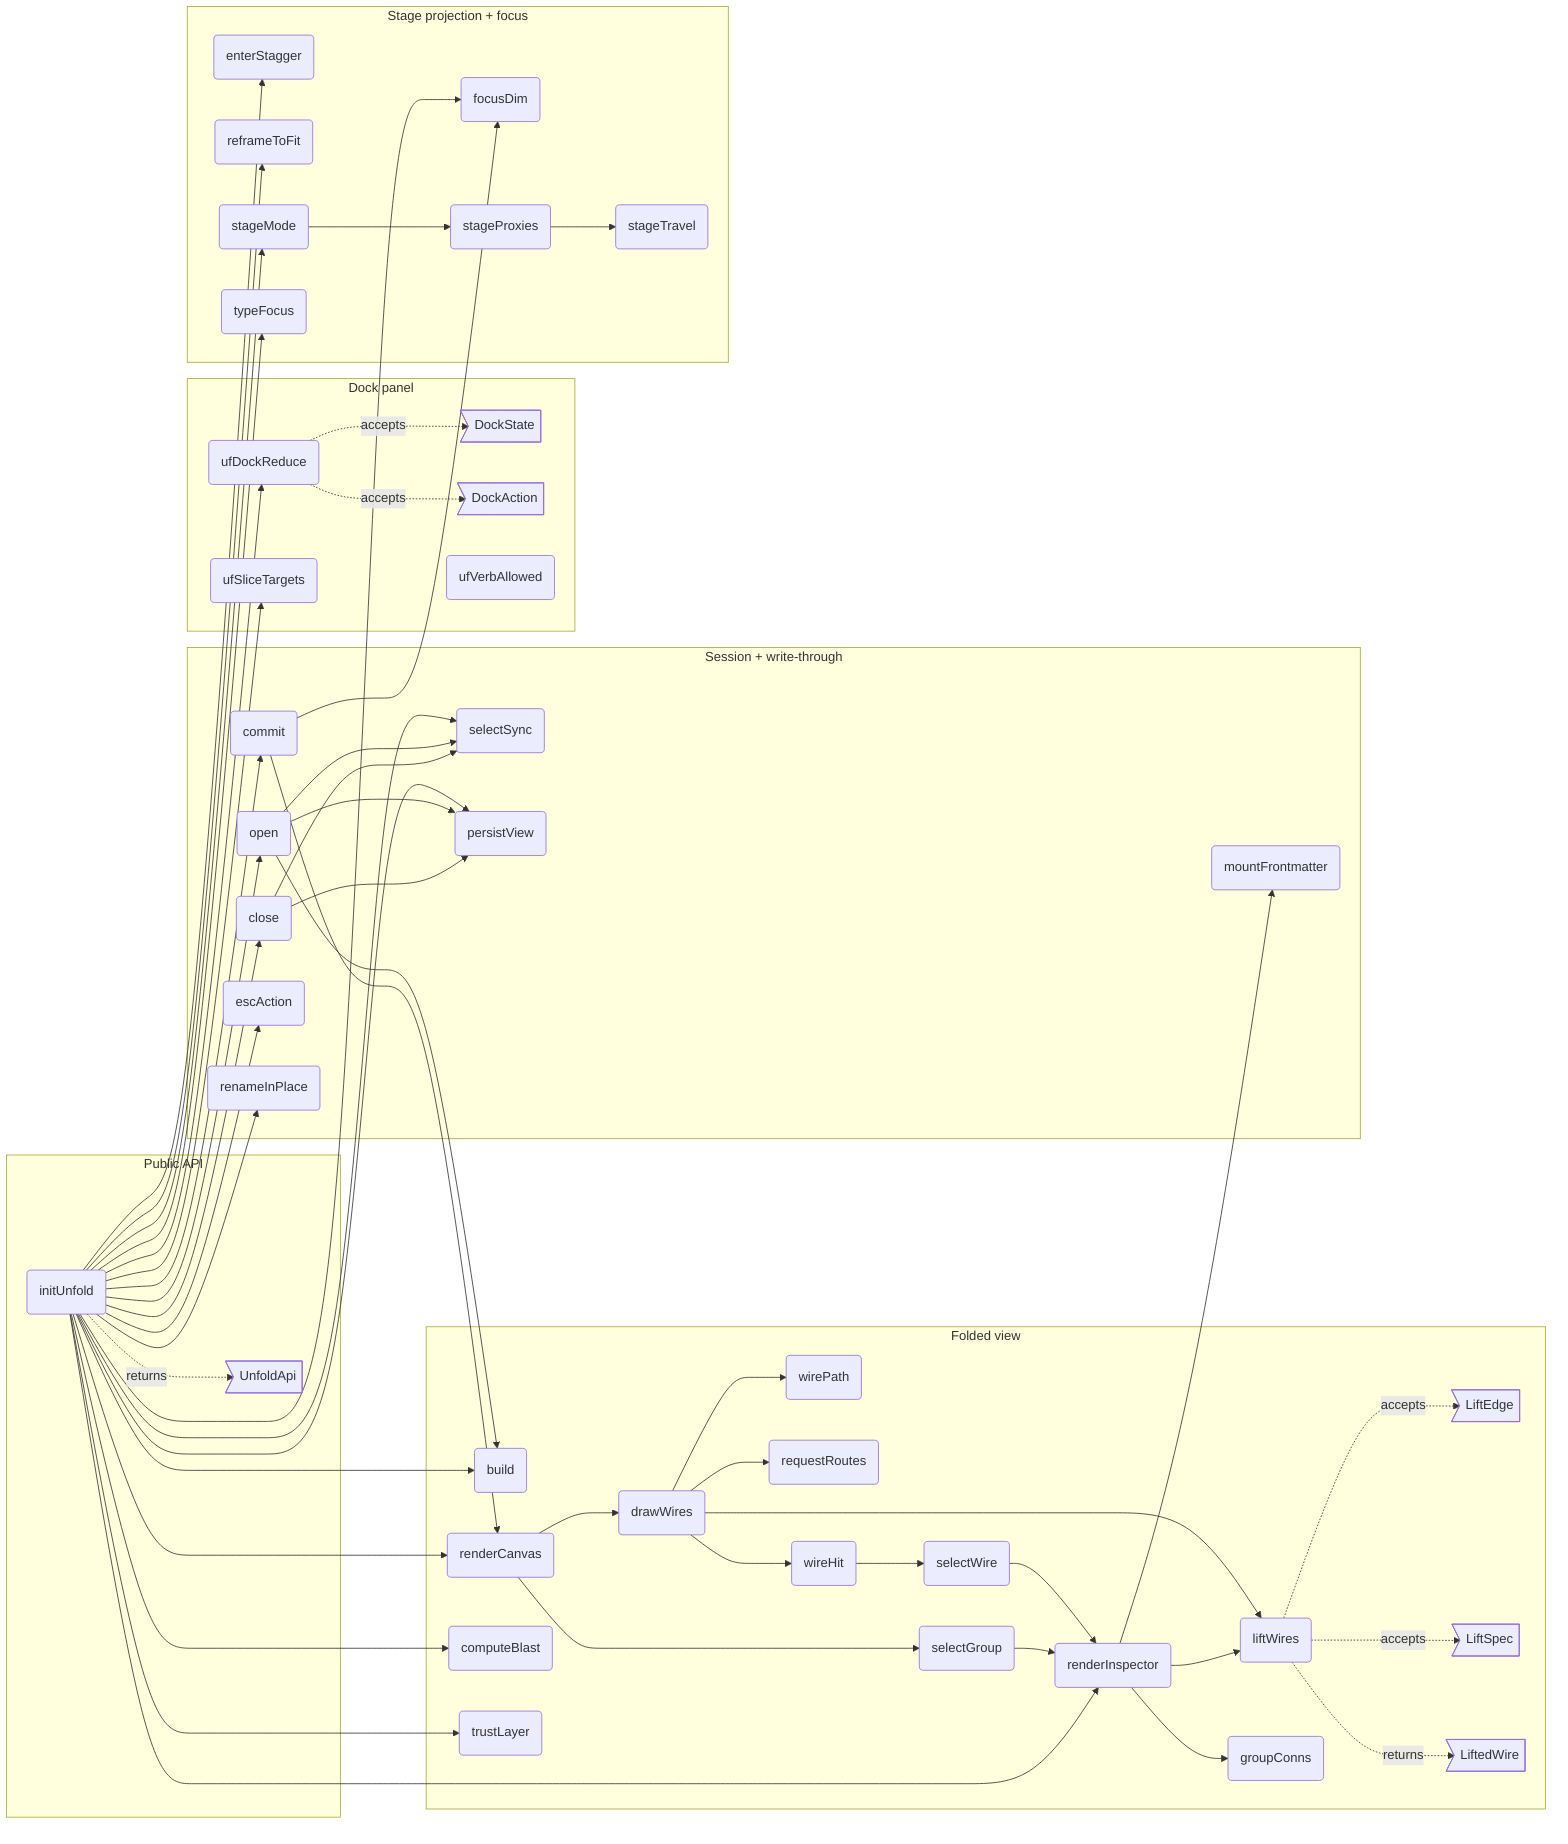
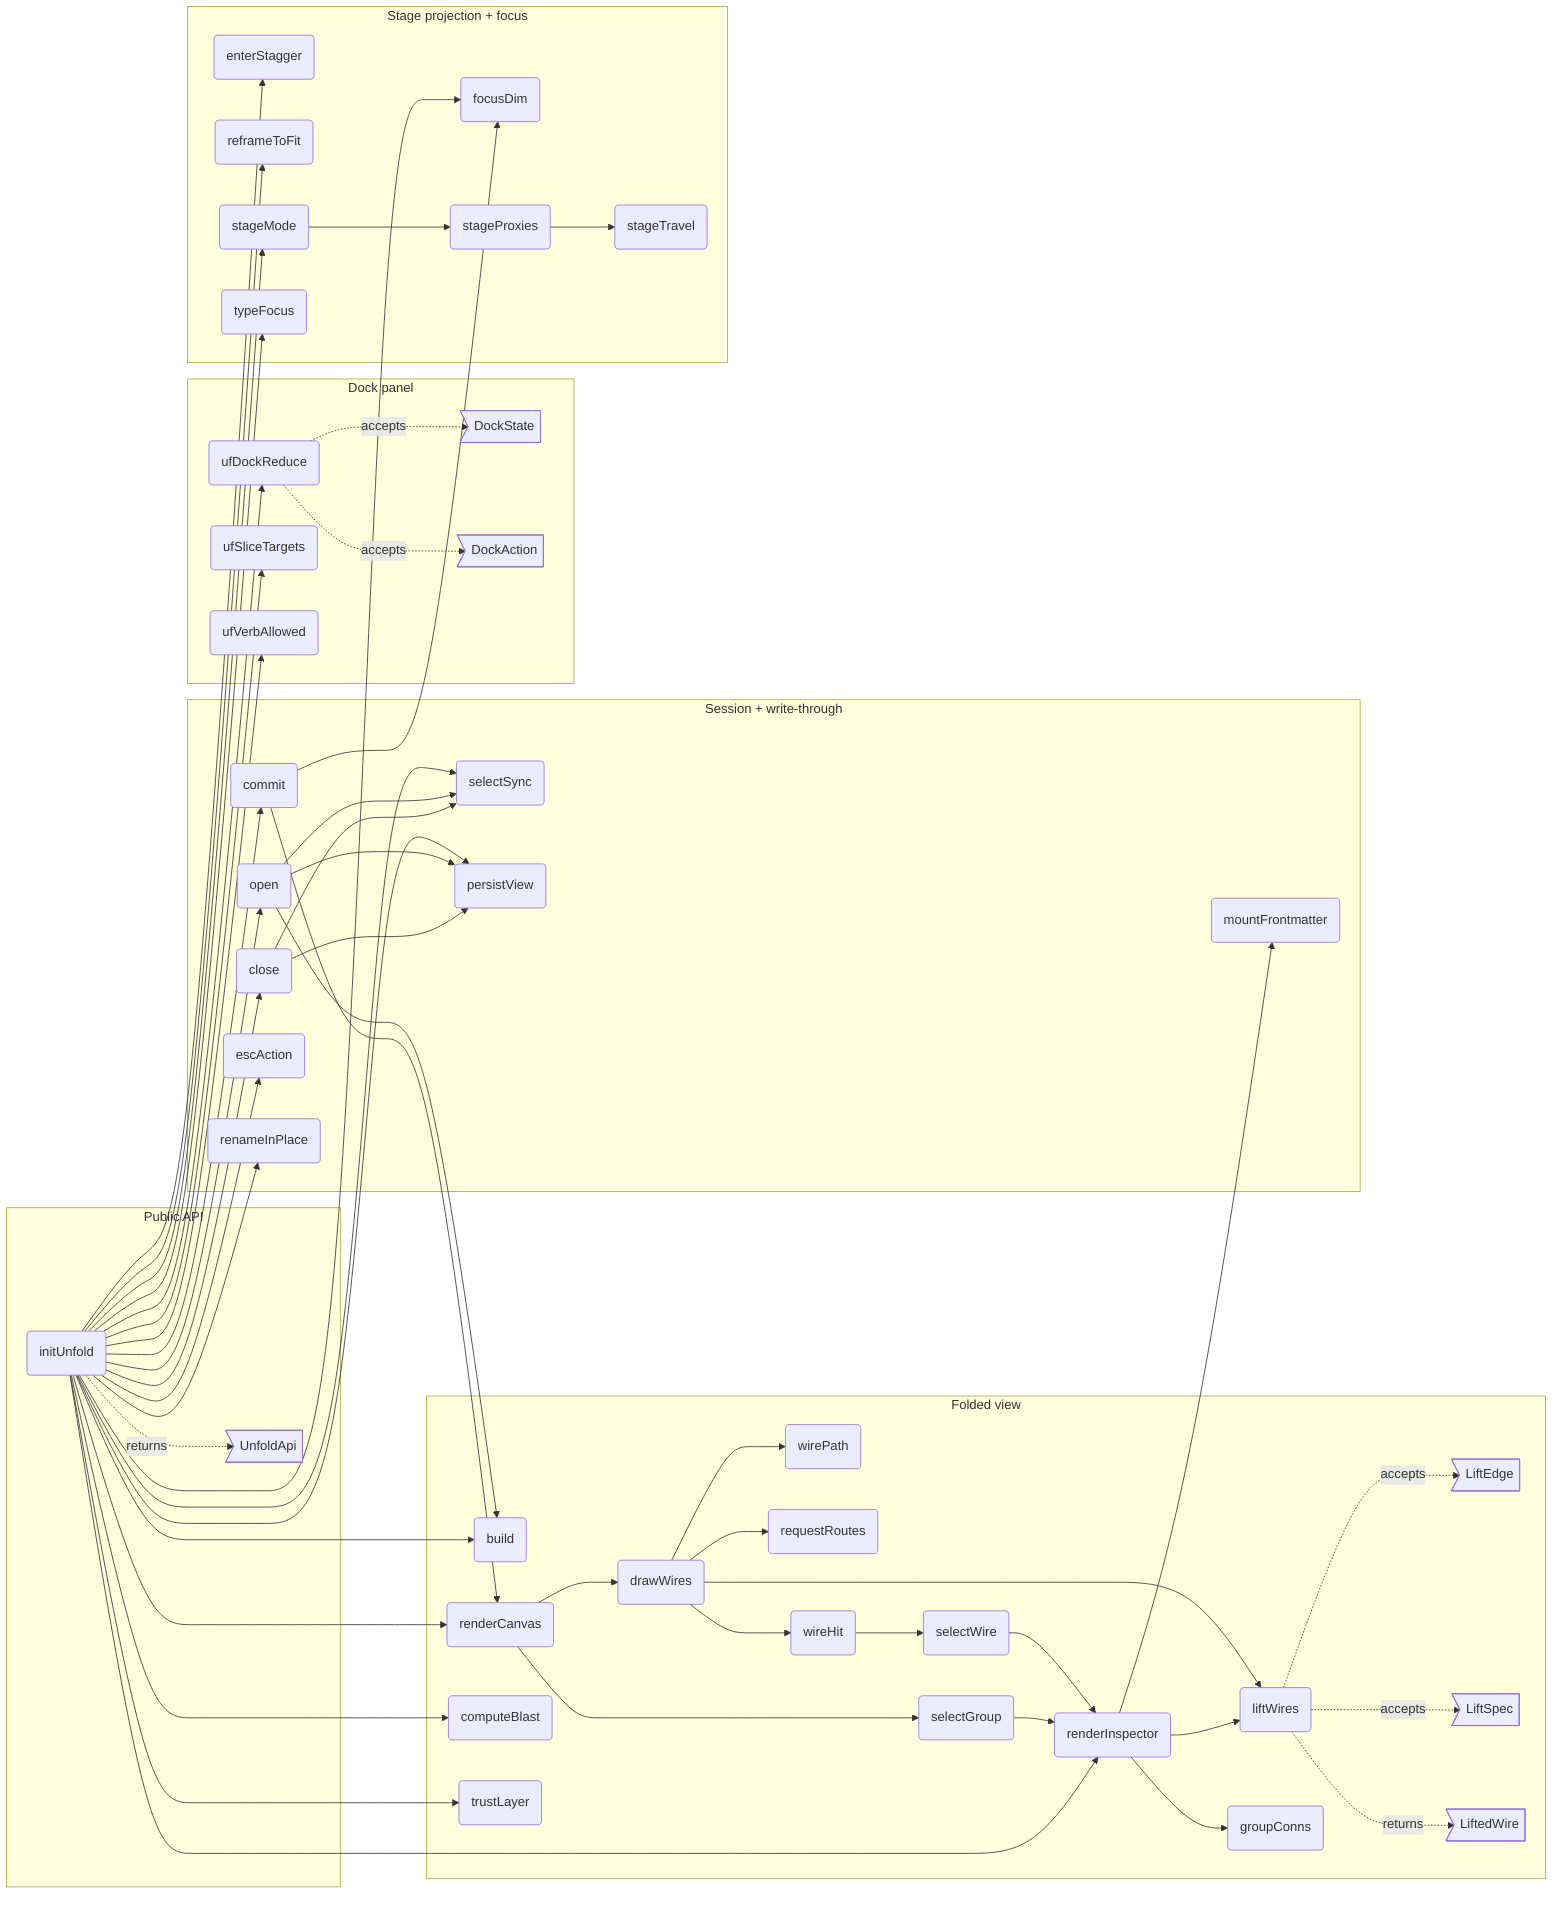
flowchart LR
%% root unfold

%% src UnfoldApi src/panel/unfold.ts#UnfoldApi
%% kind UnfoldApi type
%% fm:meta UnfoldApi name=UnfoldApi
%% fm:meta UnfoldApi desc=public surface: open, close, toggle

%% src initUnfold src/panel/unfold.ts#initUnfold
%% kind initUnfold function
%% fm:meta initUnfold name=initUnfold
- %% fm:meta initUnfold desc=build the primary surface (own DOM + own CSS, the planner isolation pattern) bound to ctx; reads ctx.state + ctx.bodies, writes only through the shared hooks path; the dock carries a temporary legacy-compare affordance instead of a ✕ (M4 correction); the panel is a real dock driven by the pure ufDockReduce — five tabs on a two-row strip (reveal · io · mermaid / slice · style) anchored at the reveal strip, chevron collapse to a slim rail, left-border drag resize, state persisted under unfold.dock; the slice tab serialises through SliceApi.sliceFor on ufSliceTargets, the style tab drives appearance (light/dark + font via theming.applyFont)
+ %% fm:meta initUnfold desc=build the primary surface (own DOM + own CSS, the planner isolation pattern) bound to ctx; reads ctx.state + ctx.bodies, writes only through the shared hooks path; the dock carries a temporary legacy-compare affordance instead of a ✕ (M4 correction); the panel is a real dock driven by the pure ufDockReduce — five tabs on a two-row strip (reveal · io · mermaid / slice · style), chevron collapse, drag resize, state persisted under unfold.dock; model verbs are reachable through hidden-by-default affordances — overlay-scoped shortcuts and a selection-only '⋯' actions menu gated by the pure ufVerbAllowed, every verb bridging the unfold selection to the shared model selection and invoking the single-owner module verbs (nodes/clipboard/history) before a full rebuild
%% fm:meta initUnfold i0.name=initUnfold
%% fm:meta initUnfold i0.accepts=ctx: AppContext
- %% fm:meta initUnfold i0.accepts=deps: { selection: SelectionApi; camera: CameraApi; files: FilesApi; mermaid: MermaidApi; slice: SliceApi; theming: ThemingApi }
+ %% fm:meta initUnfold i0.accepts=deps: { selection: SelectionApi; camera: CameraApi; files: FilesApi; mermaid: MermaidApi; slice: SliceApi; theming: ThemingApi; nodes: NodesApi; clipboard: ClipboardApi; history: HistoryApi }
%% fm:meta initUnfold i0.returns=UnfoldApi

%% src ufBuild src/panel/unfold.ts#build
%% kind ufBuild function
%% fm:meta ufBuild name=build
%% fm:meta ufBuild desc=derive the folded units from ctx.state on every open: live parent wins, else the flowmap mod__rest drill convention; de-dup edges, fan-in
%% fm:meta ufBuild i0.name=build
%% fm:meta ufBuild i0.returns=void

%% src ufRenderCanvas src/panel/unfold.ts#renderCanvas
%% kind ufRenderCanvas function
%% fm:meta ufRenderCanvas name=renderCanvas
%% fm:meta ufRenderCanvas desc=render the containment roots as nested flex cards/groups; only expanded containers show their children
%% fm:meta ufRenderCanvas i0.name=renderCanvas
%% fm:meta ufRenderCanvas i0.returns=void

%% src ufDrawWires src/panel/unfold.ts#drawWires
%% kind ufDrawWires function
%% fm:meta ufDrawWires name=drawWires
%% fm:meta ufDrawWires desc=paint the pure lift decision (ufLiftWires): wires run between sibling anchors under their lowest common container so no wire crosses a foreign group box; concealed counts render as mid-path badges; arrowheads exist only on atomic reveals (selected leaf / exploded wire); hot wires keep the accent + flow grammar; weight ramp, hub fade and hit paths operate on the lifted set
%% fm:meta ufDrawWires i0.name=drawWires
%% fm:meta ufDrawWires i0.returns=void

%% src ufLiftWires src/panel/unfold-lift.ts#ufLiftWires
%% kind ufLiftWires function
%% fm:meta ufLiftWires name=liftWires
%% fm:meta ufLiftWires desc=pure wire-picture decision for the primary surface: every wire lifts to sibling anchors under the lowest common container (never crossing a foreign boundary), concealed endpoints counted for the badge; the lowest selected point sets the travel depth — a selected leaf reveals true wires (atomic, arrowed, hot), a selected container anchors its crossing wires at its own border (hot), a selected wire explodes into its underlying relations; opposite directions merge (weight-majority orientation) since arrowheads exist only on atomic reveals
%% fm:meta ufLiftWires i0.name=ufLiftWires
%% fm:meta ufLiftWires i0.accepts=edges: LiftEdge[]
%% fm:meta ufLiftWires i0.accepts=spec: LiftSpec
%% fm:meta ufLiftWires i0.returns=LiftedWire[]

%% src ufLiftEdge src/panel/unfold-lift.ts#LiftEdge
%% kind ufLiftEdge type
%% fm:meta ufLiftEdge name=LiftEdge
%% fm:meta ufLiftEdge desc=one deduped model edge as the lift decision sees it: endpoints, call/dep flags, weight, optional advisory mark

%% src ufLiftSpec src/panel/unfold-lift.ts#LiftSpec
%% kind ufLiftSpec type
%% fm:meta ufLiftSpec name=LiftSpec
%% fm:meta ufLiftSpec desc=the plain view slice the lift decision reads: containment parents, expanded/hidden, selection (node or container plus wire), wire layers

%% src ufLiftedWire src/panel/unfold-lift.ts#LiftedWire
%% kind ufLiftedWire type
%% fm:meta ufLiftedWire name=LiftedWire
%% fm:meta ufLiftedWire desc=one drawn wire: sibling anchors, summed weight, concealed endpoint count (the badge), atomic (arrowed reveal), hot (selection highlight), advisory, and the underlying model relations

%% src ufSliceTargets src/panel/unfold-slice.ts#ufSliceTargets
%% kind ufSliceTargets function
%% fm:meta ufSliceTargets name=ufSliceTargets
%% fm:meta ufSliceTargets desc=pure mapping from unfold's selection shape to slice target ids: a non-empty selected card/group id wins → [sel]; else a selected wire → its two endpoints deduplicated for a self-loop; else [] meaning full diagram (the legacy no-selection contract); an empty-string sel counts as no selection
%% fm:meta ufSliceTargets i0.name=ufSliceTargets
%% fm:meta ufSliceTargets i0.accepts=sel: string | null
%% fm:meta ufSliceTargets i0.accepts=wire: { a: string; b: string } | null
%% fm:meta ufSliceTargets i0.returns=string[]

%% src ufVerbAllowed src/panel/unfold-verbs.ts#ufVerbAllowed
%% kind ufVerbAllowed function
%% fm:meta ufVerbAllowed name=ufVerbAllowed
%% fm:meta ufVerbAllowed desc=pure verb-applicability gate for unfold's hidden actions: over { sel, wire, clipboard, modelEmpty } — addNode/undo/redo always; connect/copy/duplicate/wrap/editMeta need a selected card or group; delete needs a card/group or a wire; paste needs a non-empty clipboard; edgeLabel/edgeReverse/edgeDelete need a selected wire; clearAll needs a non-empty model; unknown verbs are refused (fail closed)
%% fm:meta ufVerbAllowed i0.name=ufVerbAllowed
%% fm:meta ufVerbAllowed i0.accepts=verb: string
%% fm:meta ufVerbAllowed i0.accepts=s: { sel: string | null; wire: boolean; clipboard: boolean; modelEmpty: boolean }
%% fm:meta ufVerbAllowed i0.returns=boolean

%% src ufDockReduce src/panel/unfold-dock.ts#ufDockReduce
%% kind ufDockReduce function
%% fm:meta ufDockReduce name=ufDockReduce
%% fm:meta ufDockReduce desc=pure dock-state reducer for the primary surface's panel: DockState { tab, collapsed, width } advances only through actions — setTab selects a known tab and always expands a collapsed panel (unknown or already-active tabs are no-ops), toggleCollapse flips collapsed preserving tab and width, resize rounds and clamps width to [240, 580] and is a no-op while collapsed, load normalizes a persisted raw value falling back per-field to first-tab / expanded / 330; an empty tabs list makes every action a no-op
%% fm:meta ufDockReduce i0.name=ufDockReduce
%% fm:meta ufDockReduce i0.accepts=state: DockState
%% fm:meta ufDockReduce i0.accepts=action: DockAction
%% fm:meta ufDockReduce i0.accepts=tabs: string[]
%% fm:meta ufDockReduce i0.returns=DockState

%% src ufDockState src/panel/unfold-dock.ts#DockState
%% kind ufDockState type
%% fm:meta ufDockState name=DockState
%% fm:meta ufDockState desc=the panel chrome state: active tab, collapsed flag, width in px — the only dock state, persisted whole under unfold.dock

%% src ufDockAction src/panel/unfold-dock.ts#DockAction
%% kind ufDockAction type
%% fm:meta ufDockAction name=DockAction
%% fm:meta ufDockAction desc=discriminated dock action: setTab, toggleCollapse, resize, or load (normalize a persisted raw value)

%% src ufComputeBlast src/panel/unfold.ts#computeBlast
%% kind ufComputeBlast function
%% fm:meta ufComputeBlast name=computeBlast
%% fm:meta ufComputeBlast desc=reverse-BFS the transitive dependents of the selection and map them to visible cards with min hop distance
%% fm:meta ufComputeBlast i0.name=computeBlast
%% fm:meta ufComputeBlast i0.returns=void

%% src ufRenderInspector src/panel/unfold.ts#renderInspector
%% kind ufRenderInspector function
%% fm:meta ufRenderInspector name=renderInspector
%% fm:meta ufRenderInspector desc=empty until selection; then kind, crumbs, desc, interfaces, blast count, connections, and the real source body from ctx.bodies — a selected wire resolves its endpoints and underlying relations through the same pure lift decision the painter draws (ufLiftWires), so the two surfaces cannot disagree
%% fm:meta ufRenderInspector i0.name=renderInspector
%% fm:meta ufRenderInspector i0.returns=void

%% src ufEnterStagger src/panel/unfold.ts#enterStagger
%% kind ufEnterStagger function
%% fm:meta ufEnterStagger name=enterStagger
%% fm:meta ufEnterStagger desc=staggered fade-up entrance for newly-revealed cards (~55ms stagger, ~650ms expo ease); wires draw themselves in only after their cards land
%% fm:meta ufEnterStagger i0.name=enterStagger
%% fm:meta ufEnterStagger i0.returns=void

%% src ufFocusDim src/panel/unfold.ts#focusDim
%% kind ufFocusDim function
%% fm:meta ufFocusDim name=focusDim
%% fm:meta ufFocusDim desc=focus illumination without rebuild: selection glows, 1-hop neighbours stay lit, its wires carry the flow animation, everything else dims
%% fm:meta ufFocusDim i0.name=focusDim
%% fm:meta ufFocusDim i0.returns=void

%% src ufReframe src/panel/unfold.ts#reframeToFit
%% kind ufReframe function
%% fm:meta ufReframe name=reframeToFit
%% fm:meta ufReframe desc=after every structural change the world transform-scales so all visible content fits, animated ~900ms expo ease — the canvas breathes instead of demanding travel
%% fm:meta ufReframe i0.name=reframeToFit
%% fm:meta ufReframe i0.returns=void

%% src ufStageMode src/panel/unfold.ts#stageMode
%% kind ufStageMode function
%% fm:meta ufStageMode name=stageMode
%% fm:meta ufStageMode desc=second projection of the same graph: the focused group renders center-stage at readable size while the explore world blurs and fades behind; exit restores explore state exactly
%% fm:meta ufStageMode i0.name=stageMode
%% fm:meta ufStageMode i0.accepts=gid: string | null
%% fm:meta ufStageMode i0.returns=void

%% src ufProxies src/panel/unfold.ts#stageProxies
%% kind ufProxies function
%% fm:meta ufProxies name=stageProxies
%% fm:meta ufProxies desc=external edges aggregate per target container into pill proxies on a ring; each pill's angle is the TRUE angle between group centroids in ctx.state positions
%% fm:meta ufProxies i0.name=stageProxies
%% fm:meta ufProxies i0.returns=void

%% src ufTravel src/panel/unfold.ts#stageTravel
%% kind ufTravel function
%% fm:meta ufTravel name=stageTravel
%% fm:meta ufTravel desc=peek then travel: the target group slides onto stage FROM its direction; the origin becomes a reciprocal-direction proxy automatically since both derive from the same centroids
%% fm:meta ufTravel i0.name=stageTravel
%% fm:meta ufTravel i0.accepts=target: string
%% fm:meta ufTravel i0.accepts=fromAngle: number
%% fm:meta ufTravel i0.returns=void

%% src ufTypeFocus src/panel/unfold.ts#typeFocus
%% kind ufTypeFocus function
%% fm:meta ufTypeFocus name=typeFocus
%% fm:meta ufTypeFocus desc=click a type in a frontmatter card and every module whose interface carries that type lights across the surface; the inspector lists the carriers, derived from ctx.state
%% fm:meta ufTypeFocus i0.name=typeFocus
%% fm:meta ufTypeFocus i0.accepts=t: string | null
%% fm:meta ufTypeFocus i0.returns=void

%% src ufCommit src/panel/unfold.ts#commit
%% kind ufCommit function
%% fm:meta ufCommit name=commit
%% fm:meta ufCommit desc=the ONLY view-mutation entry (M3): apply the pure reduceView to the spec, install the result frozen, then paint the per-action render subset — no handler touches view state or the DOM directly
%% fm:meta ufCommit i0.name=commit
%% fm:meta ufCommit i0.accepts=a: ViewAction
%% fm:meta ufCommit i0.returns=void

%% src ufSelectSync src/panel/unfold.ts#selectSync
%% kind ufSelectSync function
%% fm:meta ufSelectSync name=selectSync
%% fm:meta ufSelectSync desc=selection survives the mode boundary: seed SEL from the editor selection on open; hand the reading selection back (selectOnly + zoomToNode via deps) on close — no new state, one shared selection
%% fm:meta ufSelectSync i0.name=selectSync
%% fm:meta ufSelectSync i0.accepts=dir: 'open' | 'close'
%% fm:meta ufSelectSync i0.returns=void

%% src ufPersistView src/panel/unfold.ts#persistView
%% kind ufPersistView function
%% fm:meta ufPersistView name=persistView
%% fm:meta ufPersistView desc=the reading session persists per diagram (sorted containment roots as identity) as the full v1 ViewSpec; load goes through normalizeViewSpec and applies the durable trio (expanded/hidden/layers) — a pre-M3 stored entry is a valid subset, migration is branch-free
%% fm:meta ufPersistView i0.name=persistView
%% fm:meta ufPersistView i0.accepts=dir: 'save' | 'load'
%% fm:meta ufPersistView i0.returns=void

%% src ufOpen src/panel/unfold.ts#open
%% kind ufOpen function
%% fm:meta ufOpen name=open
%% fm:meta ufOpen desc=enter the primary surface: rebuild units from ctx.state, restore the per-diagram ViewSpec, sync selection in, show the overlay — no surface choice is recorded, unfold is home (M4 correction)
%% fm:meta ufOpen i0.name=open
%% fm:meta ufOpen i0.returns=void

%% src ufClose src/panel/unfold.ts#close
%% kind ufClose function
%% fm:meta ufClose name=close
%% fm:meta ufClose desc=leave unfold for the legacy-compare view (temporary, until M5 parity deletes the canvas): save the ViewSpec, hand the selection back, hide the overlay — invoked ONLY by the explicit compare affordance; no surface choice is recorded, no ✕ and no Esc route here (M4 correction)
%% fm:meta ufClose i0.name=close
%% fm:meta ufClose i0.returns=void

%% src ufEscAction src/panel/unfold-esc.ts#ufEscAction
%% kind ufEscAction function
%% fm:meta ufEscAction name=escAction
- %% fm:meta ufEscAction desc=pure Esc-chain decision for the primary surface: priority order focusType > selWire > stage > sel > query, and 'none' at the bottom — Escape never exits unfold (the old close() branch is gone by design, M4 correction)
+ %% fm:meta ufEscAction desc=pure Esc-chain decision for the primary surface: priority order connect > focusType > selWire > stage > sel > query, and 'none' at the bottom — an armed connect-mode outranks everything else (M5 A-verbs), and Escape never exits unfold (the old close() branch is gone by design, M4 correction)
%% fm:meta ufEscAction i0.name=ufEscAction
- %% fm:meta ufEscAction i0.accepts=s: { focusType: boolean; selWire: boolean; stage: boolean; sel: boolean; query: boolean }
- %% fm:meta ufEscAction i0.returns='clearTypeFocus' | 'deselectWire' | 'exitStage' | 'selectGroup' | 'clearQuery' | 'none'
+ %% fm:meta ufEscAction i0.accepts=s: { connect: boolean; focusType: boolean; selWire: boolean; stage: boolean; sel: boolean; query: boolean }
+ %% fm:meta ufEscAction i0.returns='cancelConnect' | 'clearTypeFocus' | 'deselectWire' | 'exitStage' | 'selectGroup' | 'clearQuery' | 'none'

%% src ufTrustLayer src/panel/unfold.ts#trustLayer
%% kind ufTrustLayer function
%% fm:meta ufTrustLayer name=trustLayer
%% fm:meta ufTrustLayer desc=trust layer with an OPTIONAL advisory source: same-origin edge-advisory-allowlist.txt when present, a Load button otherwise; absent source = layer disabled, never wrong — advisory edges dash amber, advisory descs are marked
%% fm:meta ufTrustLayer i0.name=trustLayer
%% fm:meta ufTrustLayer i0.returns=void

%% src ufWirePath src/panel/unfold.ts#wirePath
%% kind ufWirePath function
%% fm:meta ufWirePath name=wirePath
%% fm:meta ufWirePath desc=one wire geometry, not two: reading-mode wires from the app's real port-side geometry (core/state portPos + bestSides) and the render/wires elbow path — replaces the local orthoPath
%% fm:meta ufWirePath i0.name=wirePath
%% fm:meta ufWirePath i0.accepts=a: Box
%% fm:meta ufWirePath i0.accepts=b: Box
%% fm:meta ufWirePath i0.returns=string

%% src ufRequestRoutes src/panel/unfold.ts#requestRoutes
%% kind ufRequestRoutes function
%% fm:meta ufRequestRoutes name=requestRoutes
%% fm:meta ufRequestRoutes desc=obstacle-avoided routes for the lifted wire picture via the shared libavoid worker (render/avoidRouter routeGraph), one call per containment scope: sibling cards AND group boxes are the obstacles for that scope's lifted wires, while atomic reveals route against cards only; elbows paint first, routed polylines upgrade in place; a layout signature drops stale replies
%% fm:meta ufRequestRoutes i0.name=requestRoutes
%% fm:meta ufRequestRoutes i0.accepts=pos: Record<string, Box>
%% fm:meta ufRequestRoutes i0.accepts=wires: LiftedWire[]
%% fm:meta ufRequestRoutes i0.returns=void

%% src ufSelectWire src/panel/unfold.ts#selectWire
%% kind ufSelectWire function
%% fm:meta ufSelectWire name=selectWire
%% fm:meta ufSelectWire desc=a wire is a first-class selectable (legacy-editor parity): select an aggregated wire by its rendered rep pair, clearing node/type focus; re-click deselects; the inspector shows endpoints, kind, weight and every underlying model relation
%% fm:meta ufSelectWire i0.name=selectWire
%% fm:meta ufSelectWire i0.accepts=a: string
%% fm:meta ufSelectWire i0.accepts=b: string
%% fm:meta ufSelectWire i0.returns=void

%% src ufWireHit src/panel/unfold.ts#wireHit
%% kind ufWireHit function
%% fm:meta ufWireHit name=wireHit
%% fm:meta ufWireHit desc=append an invisible wide hit path over a drawn wire in either projection: click selects the wire, hover pre-lights it — excluded from stage panning so pointer capture never eats the click
%% fm:meta ufWireHit i0.name=wireHit
%% fm:meta ufWireHit i0.accepts=vis: SVGPathElement
%% fm:meta ufWireHit i0.accepts=d: string
%% fm:meta ufWireHit i0.accepts=a: string
%% fm:meta ufWireHit i0.accepts=b: string
%% fm:meta ufWireHit i0.accepts=host: SVGSVGElement
%% fm:meta ufWireHit i0.returns=void

%% src ufSelectGroup src/panel/unfold.ts#selectGroup
%% kind ufSelectGroup function
%% fm:meta ufSelectGroup name=selectGroup
%% fm:meta ufSelectGroup desc=a group is a first-class selectable (U6): select + inspect, never stage (U8 deferred) — clears wire/type focus, relights, re-renders tree + inspector in either projection
%% fm:meta ufSelectGroup i0.name=selectGroup
%% fm:meta ufSelectGroup i0.accepts=id: string
%% fm:meta ufSelectGroup i0.returns=void

%% src ufGroupConns src/panel/unfold.ts#groupConns
%% kind ufGroupConns function
%% fm:meta ufGroupConns name=groupConns
%% fm:meta ufGroupConns desc=external connections of a container: every edge with exactly one endpoint inside the subtree, aggregated to the coarsest foreign container and weight-summed — the same aggregation grammar as the stage pills
%% fm:meta ufGroupConns i0.name=groupConns
%% fm:meta ufGroupConns i0.accepts=id: string
%% fm:meta ufGroupConns i0.returns={ uses: [string, number][]; usedBy: [string, number][] }

%% src ufRenameInPlace src/panel/unfold.ts#renameInPlace
%% kind ufRenameInPlace function
%% fm:meta ufRenameInPlace name=renameInPlace
%% fm:meta ufRenameInPlace desc=inline rename on the selected card (Enter / double-click on selected), writing through the existing model path — mutate ctx.state then hooks render + sync + pushHistory + persist, never a private write path
%% fm:meta ufRenameInPlace i0.name=renameInPlace
%% fm:meta ufRenameInPlace i0.accepts=id: string
%% fm:meta ufRenameInPlace i0.returns=void

%% src ufMountFrontmatter src/panel/unfold.ts#mountFrontmatter
%% kind ufMountFrontmatter function
%% fm:meta ufMountFrontmatter name=mountFrontmatter
%% fm:meta ufMountFrontmatter desc=mount the app's frontmatter editor (panel/inspector-frontmatter) for the selected node inside the reading inspector — the same hooks write path as renameInPlace; commits re-derive the folded view
%% fm:meta ufMountFrontmatter i0.name=mountFrontmatter
%% fm:meta ufMountFrontmatter i0.accepts=host: HTMLElement
%% fm:meta ufMountFrontmatter i0.accepts=id: string
%% fm:meta ufMountFrontmatter i0.returns=void

%% parent uf_api unfold
%% parent uf_view unfold
%% parent uf_stage unfold
%% parent uf_session unfold
%% parent uf_dock unfold

  subgraph uf_api ["Public API"]
    initUnfold("initUnfold")
    UnfoldApi>"UnfoldApi"]
  end
  subgraph uf_dock ["Dock panel"]
    ufDockReduce("ufDockReduce")
    ufDockState>"DockState"]
    ufDockAction>"DockAction"]
    ufSliceTargets("ufSliceTargets")
    ufVerbAllowed("ufVerbAllowed")
  end
  subgraph uf_view ["Folded view"]
    ufBuild("build")
    ufRenderCanvas("renderCanvas")
    ufDrawWires("drawWires")
    ufLiftWires("liftWires")
    ufLiftEdge>"LiftEdge"]
    ufLiftSpec>"LiftSpec"]
    ufLiftedWire>"LiftedWire"]
    ufWirePath("wirePath")
    ufRequestRoutes("requestRoutes")
    ufWireHit("wireHit")
    ufSelectWire("selectWire")
    ufSelectGroup("selectGroup")
    ufGroupConns("groupConns")
    ufComputeBlast("computeBlast")
    ufRenderInspector("renderInspector")
    ufTrustLayer("trustLayer")
  end
  subgraph uf_session ["Session + write-through"]
    ufCommit("commit")
    ufOpen("open")
    ufClose("close")
    ufEscAction("escAction")
    ufSelectSync("selectSync")
    ufPersistView("persistView")
    ufRenameInPlace("renameInPlace")
    ufMountFrontmatter("mountFrontmatter")
  end
  subgraph uf_stage ["Stage projection + focus"]
    ufEnterStagger("enterStagger")
    ufFocusDim("focusDim")
    ufReframe("reframeToFit")
    ufStageMode("stageMode")
    ufProxies("stageProxies")
    ufTravel("stageTravel")
    ufTypeFocus("typeFocus")
  end

  initUnfold -.->|returns| UnfoldApi
  initUnfold --> ufBuild
  initUnfold --> ufRenderCanvas
  ufRenderCanvas --> ufDrawWires
  ufDrawWires --> ufLiftWires
  ufLiftWires -.->|accepts| ufLiftEdge
  ufLiftWires -.->|accepts| ufLiftSpec
  ufLiftWires -.->|returns| ufLiftedWire
  ufDrawWires --> ufWirePath
  ufDrawWires --> ufRequestRoutes
  ufDrawWires --> ufWireHit
  ufWireHit --> ufSelectWire
  ufSelectWire --> ufRenderInspector
  ufRenderInspector --> ufLiftWires
  ufRenderCanvas --> ufSelectGroup
  ufSelectGroup --> ufRenderInspector
  ufRenderInspector --> ufGroupConns
  initUnfold --> ufComputeBlast
  initUnfold --> ufRenderInspector
  initUnfold --> ufTrustLayer
  initUnfold --> ufCommit
  ufCommit --> ufRenderCanvas
  ufCommit --> ufFocusDim
  initUnfold --> ufSelectSync
  initUnfold --> ufPersistView
  initUnfold --> ufOpen
  initUnfold --> ufClose
  ufOpen --> ufBuild
  ufOpen --> ufPersistView
  ufOpen --> ufSelectSync
  ufClose --> ufPersistView
  ufClose --> ufSelectSync
  initUnfold --> ufRenameInPlace
  ufRenderInspector --> ufMountFrontmatter
  initUnfold --> ufEnterStagger
  initUnfold --> ufFocusDim
  initUnfold --> ufReframe
  initUnfold --> ufTypeFocus
  initUnfold --> ufStageMode
  ufStageMode --> ufProxies
  ufProxies --> ufTravel
  initUnfold --> ufEscAction
  initUnfold --> ufDockReduce
  ufDockReduce -.->|accepts| ufDockState
  ufDockReduce -.->|accepts| ufDockAction
  initUnfold --> ufSliceTargets
+   initUnfold --> ufVerbAllowed
